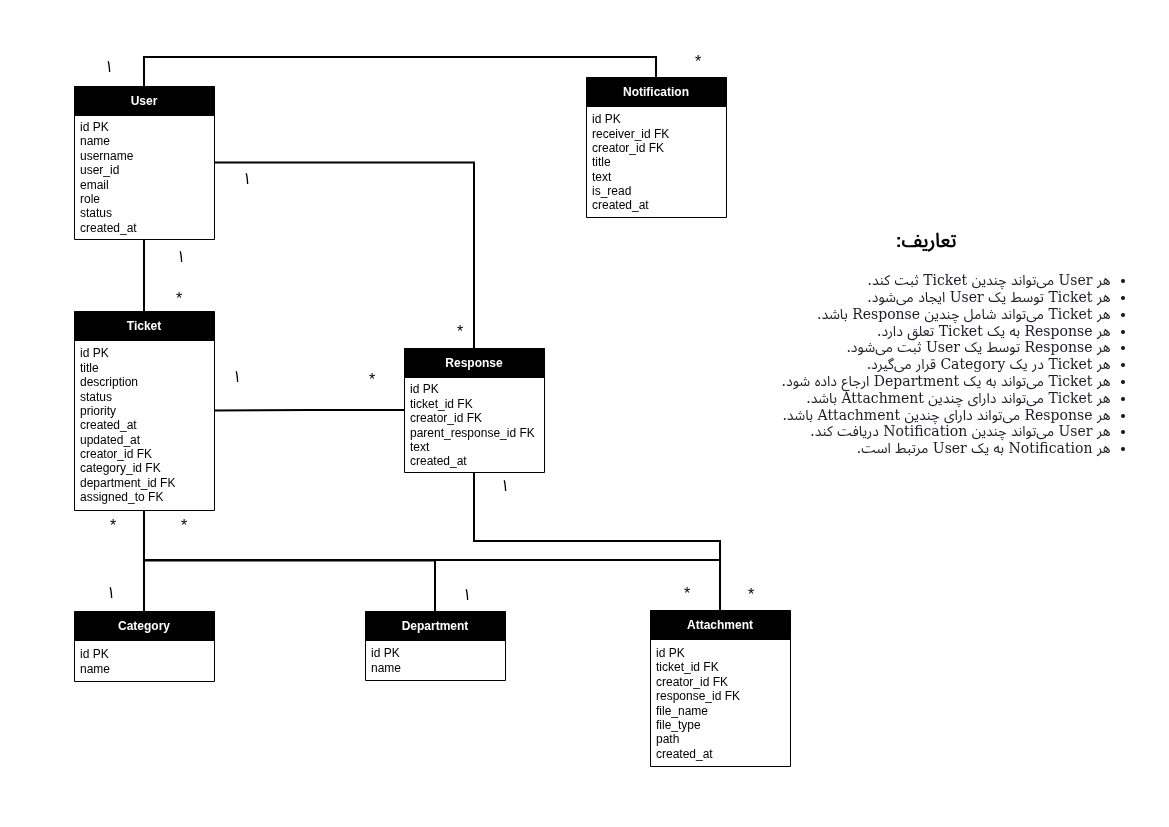
Above: diagrams/erd/erd.png in teymuri-alireza/help-desk-system (draw.io), before the change. Source tidied: cells renumbered, new cells last; positions are measured from the earlier drawing's top-left corner, leaving out a move shared by most shapes.
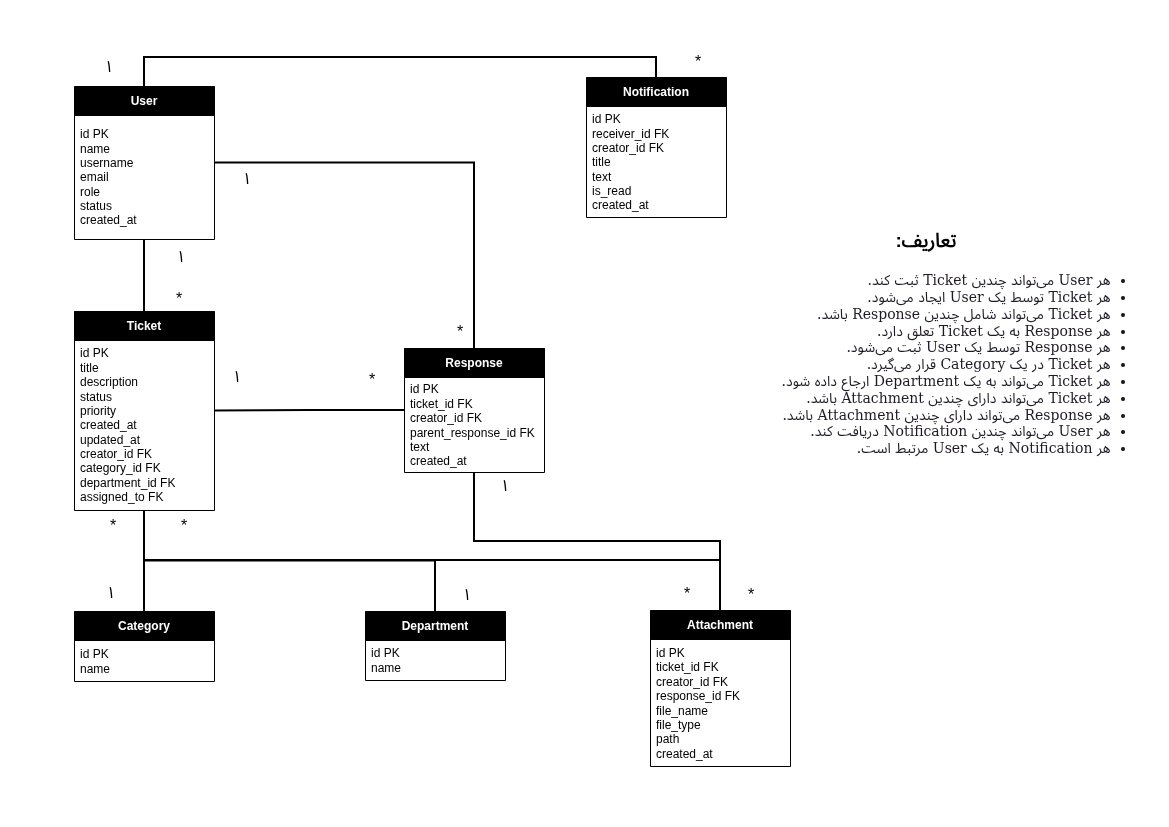
Above is the later version.

Commit message:
docs: remove user_id from User table

Diff of the diagram source:
```diff
@@ -8,7 +8,7 @@
     <mxCell id="3" value="User" style="swimlane;fontStyle=1;align=center;verticalAlign=middle;horizontal=1;startSize=29;html=1;whiteSpace=wrap;strokeColor=light-dark(#000000,#000000);swimlaneFillColor=none;fillColor=light-dark(#FFFFFF,#000000);gradientColor=none;fontColor=light-dark(#000000,#FFFFFF);" parent="1" vertex="1">
       <mxGeometry y="40" width="140" height="153" as="geometry" />
     </mxCell>
-    <mxCell id="4" value="id PK&lt;div&gt;name&lt;/div&gt;&lt;div&gt;username&lt;/div&gt;&lt;div&gt;user_id&lt;/div&gt;&lt;div&gt;email&lt;/div&gt;&lt;div&gt;role&lt;/div&gt;&lt;div&gt;status&lt;/div&gt;&lt;div&gt;created_at&lt;/div&gt;" style="text;html=1;strokeColor=none;fillColor=light-dark(#FFFFFF,transparent);align=left;verticalAlign=middle;spacingLeft=4;spacingRight=4;overflow=hidden;whiteSpace=wrap;swimlaneFillColor=none;gradientColor=none;fontColor=light-dark(#000000,#000000);" parent="3" vertex="1">
+    <mxCell id="4" value="id PK&lt;div&gt;name&lt;/div&gt;&lt;div&gt;username&lt;/div&gt;&lt;div&gt;email&lt;/div&gt;&lt;div&gt;role&lt;/div&gt;&lt;div&gt;status&lt;/div&gt;&lt;div&gt;created_at&lt;/div&gt;" style="text;html=1;strokeColor=none;fillColor=light-dark(#FFFFFF,transparent);align=left;verticalAlign=middle;spacingLeft=4;spacingRight=4;overflow=hidden;whiteSpace=wrap;swimlaneFillColor=none;gradientColor=none;fontColor=light-dark(#000000,#000000);" parent="3" vertex="1">
       <mxGeometry y="29" width="140" height="124" as="geometry" />
     </mxCell>
     <mxCell id="5" value="Ticket" style="swimlane;fontStyle=1;align=center;verticalAlign=middle;horizontal=1;startSize=29;html=1;whiteSpace=wrap;strokeColor=light-dark(#000000,#000000);swimlaneFillColor=none;fillColor=light-dark(#FFFFFF,#000000);gradientColor=none;fontColor=light-dark(#000000,#FFFFFF);" parent="1" vertex="1">
```
